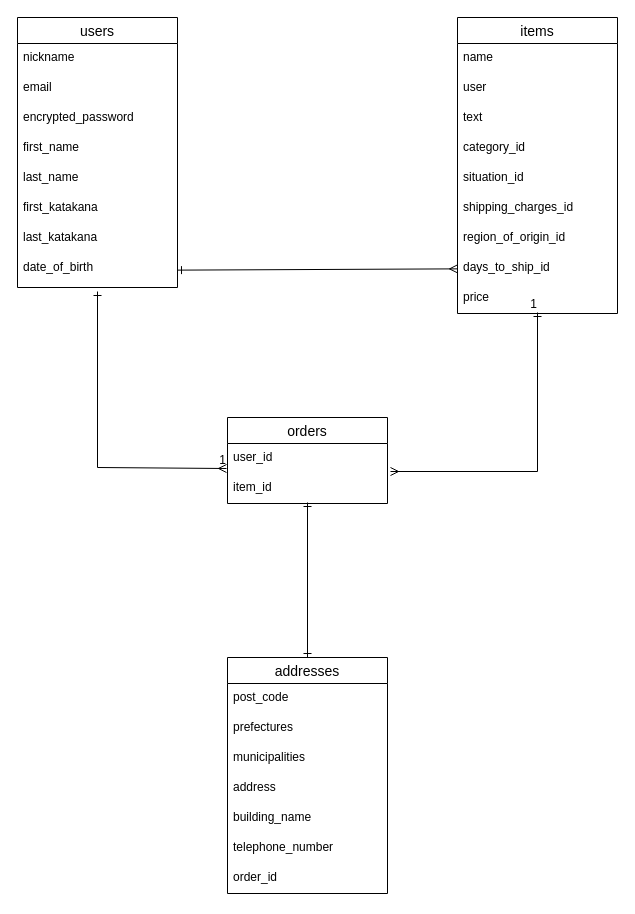
The draw.io diagram test.dio in ran-tomine/furima-39343, before the edit. Source tidied: cells renumbered, new cells numbered last; positions are measured from the earlier drawing's top-left corner, leaving out a move shared by most shapes. Both pictures are drawn from the tidied source at 100%, with x=0, y=0 at pixel (17, 17).
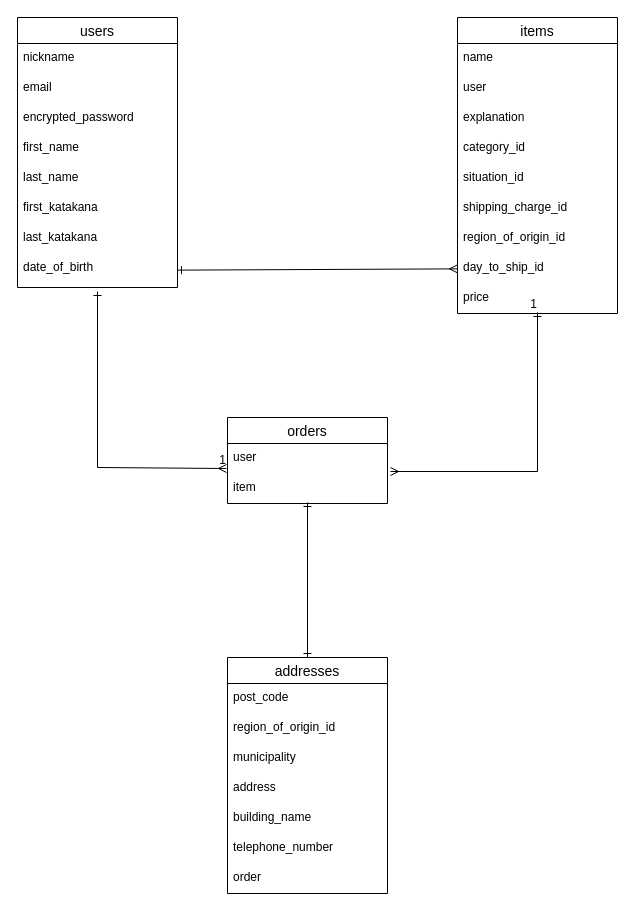
After the change.

Commit message (it also covers changes not shown here):
README及びER図修正２

The change refers to these unchanged cells:
```xml
<mxCell id="11" value="items" style="swimlane;fontStyle=0;horizontal=1;startSize=26;align=center;fontSize=14;" parent="1" vertex="1">
  <mxGeometry x="440" width="160" height="296" as="geometry" />
</mxCell>
<mxCell id="21" value="orders" style="swimlane;fontStyle=0;horizontal=1;startSize=26;align=center;fontSize=14;" parent="1" vertex="1">
  <mxGeometry x="210" y="400" width="160" height="86" as="geometry" />
</mxCell>
<mxCell id="24" value="addresses" style="swimlane;fontStyle=0;horizontal=1;startSize=26;align=center;fontSize=14;" parent="1" vertex="1">
  <mxGeometry x="210" y="640" width="160" height="236" as="geometry" />
</mxCell>
```

The edit, as a diff of the source:
```diff
@@
-    <mxCell id="14" value="text" style="text;strokeColor=none;fillColor=none;spacingLeft=4;spacingRight=4;overflow=hidden;fontSize=12;" parent="11" vertex="1">
+    <mxCell id="14" value="explanation " style="text;strokeColor=none;fillColor=none;spacingLeft=4;spacingRight=4;overflow=hidden;fontSize=12;" parent="11" vertex="1">
       <mxGeometry y="86" width="160" height="30" as="geometry" />
     </mxCell>
@@
-    <mxCell id="17" value="shipping_charges_id&#10;" style="text;strokeColor=none;fillColor=none;spacingLeft=4;spacingRight=4;overflow=hidden;fontSize=12;" parent="11" vertex="1">
+    <mxCell id="17" value="shipping_charge_id&#10;" style="text;strokeColor=none;fillColor=none;spacingLeft=4;spacingRight=4;overflow=hidden;fontSize=12;" parent="11" vertex="1">
       <mxGeometry y="176" width="160" height="30" as="geometry" />
     </mxCell>
@@
-    <mxCell id="19" value="days_to_ship_id" style="text;strokeColor=none;fillColor=none;spacingLeft=4;spacingRight=4;overflow=hidden;points=[[0,0.5],[1,0.5]];portConstraint=eastwest;fontSize=12;" parent="11" vertex="1">
+    <mxCell id="19" value="day_to_ship_id" style="text;strokeColor=none;fillColor=none;spacingLeft=4;spacingRight=4;overflow=hidden;points=[[0,0.5],[1,0.5]];portConstraint=eastwest;fontSize=12;" parent="11" vertex="1">
       <mxGeometry y="236" width="160" height="30" as="geometry" />
     </mxCell>
@@
-    <mxCell id="22" value="user_id" style="text;strokeColor=none;fillColor=none;spacingLeft=4;spacingRight=4;overflow=hidden;fontSize=12;" parent="21" vertex="1">
+    <mxCell id="22" value="user" style="text;strokeColor=none;fillColor=none;spacingLeft=4;spacingRight=4;overflow=hidden;fontSize=12;" parent="21" vertex="1">
       <mxGeometry y="26" width="160" height="30" as="geometry" />
     </mxCell>
-    <mxCell id="23" value="item_id" style="text;strokeColor=none;fillColor=none;spacingLeft=4;spacingRight=4;overflow=hidden;points=[[0,0.5],[1,0.5]];portConstraint=eastwest;fontSize=12;" parent="21" vertex="1">
+    <mxCell id="23" value="item" style="text;strokeColor=none;fillColor=none;spacingLeft=4;spacingRight=4;overflow=hidden;points=[[0,0.5],[1,0.5]];portConstraint=eastwest;fontSize=12;" parent="21" vertex="1">
       <mxGeometry y="56" width="160" height="30" as="geometry" />
     </mxCell>
@@
-    <mxCell id="26" value="prefectures" style="text;strokeColor=none;fillColor=none;spacingLeft=4;spacingRight=4;overflow=hidden;fontSize=12;" parent="24" vertex="1">
+    <mxCell id="26" value="region_of_origin_id" style="text;strokeColor=none;fillColor=none;spacingLeft=4;spacingRight=4;overflow=hidden;fontSize=12;" parent="24" vertex="1">
       <mxGeometry y="56" width="160" height="30" as="geometry" />
     </mxCell>
-    <mxCell id="27" value="municipalities" style="text;strokeColor=none;fillColor=none;spacingLeft=4;spacingRight=4;overflow=hidden;fontSize=12;" parent="24" vertex="1">
+    <mxCell id="27" value=" municipality " style="text;strokeColor=none;fillColor=none;spacingLeft=4;spacingRight=4;overflow=hidden;fontSize=12;" parent="24" vertex="1">
       <mxGeometry y="86" width="160" height="30" as="geometry" />
     </mxCell>
@@
-    <mxCell id="31" value="order_id" style="text;strokeColor=none;fillColor=none;spacingLeft=4;spacingRight=4;overflow=hidden;fontSize=12;" parent="24" vertex="1">
+    <mxCell id="31" value="order" style="text;strokeColor=none;fillColor=none;spacingLeft=4;spacingRight=4;overflow=hidden;fontSize=12;" parent="24" vertex="1">
       <mxGeometry y="206" width="160" height="30" as="geometry" />
     </mxCell>
```
